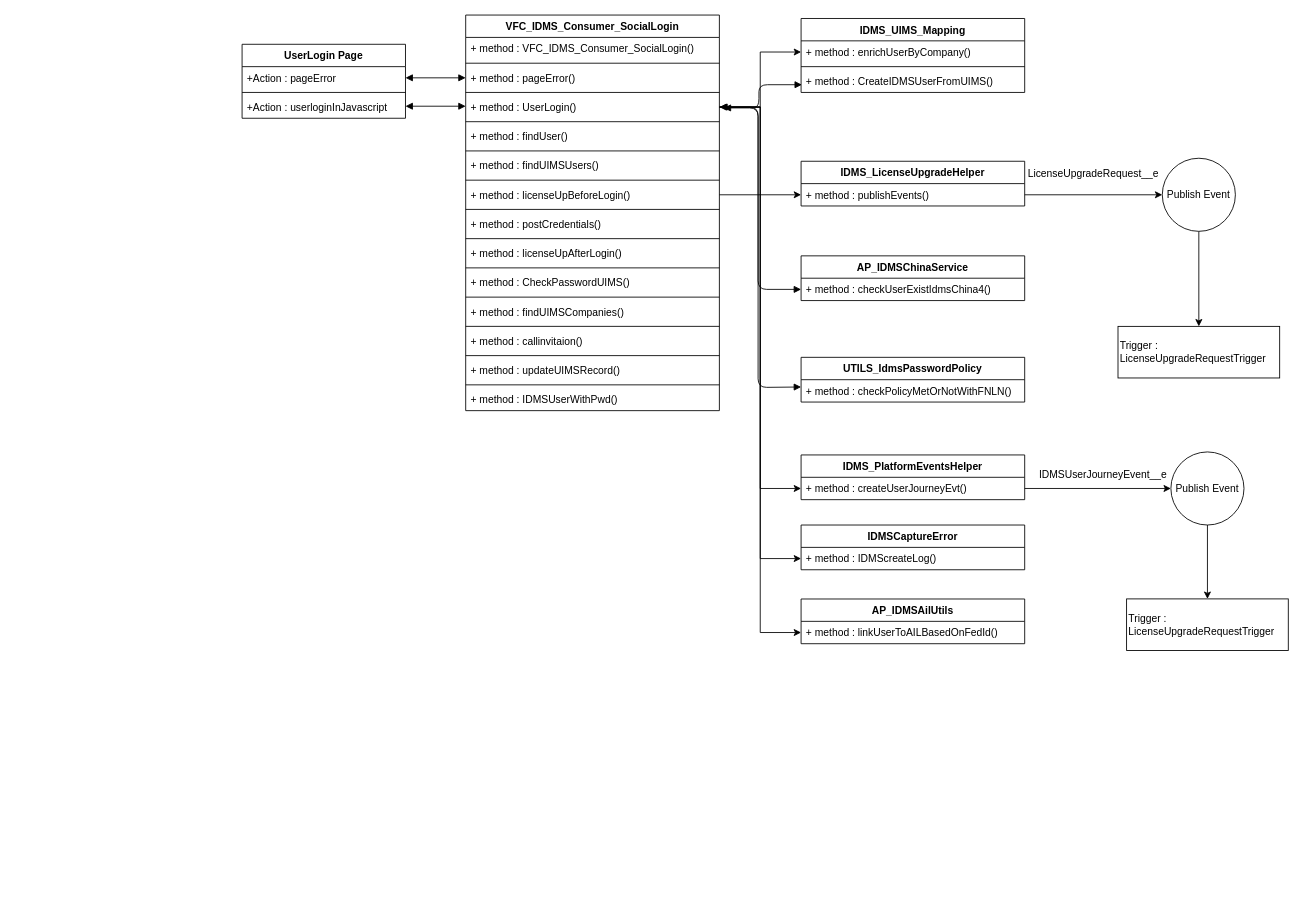
This is Untitled Diagram.drawio from anoopijt/IDMS-Diagrams, a draw.io file, before an edit. Source tidied: cells renumbered, new cells numbered last; positions are measured from the earlier drawing's top-left corner, leaving out a move shared by most shapes. Both pictures are drawn from the tidied source at 86%, with x=0, y=0 at pixel (242, 15).
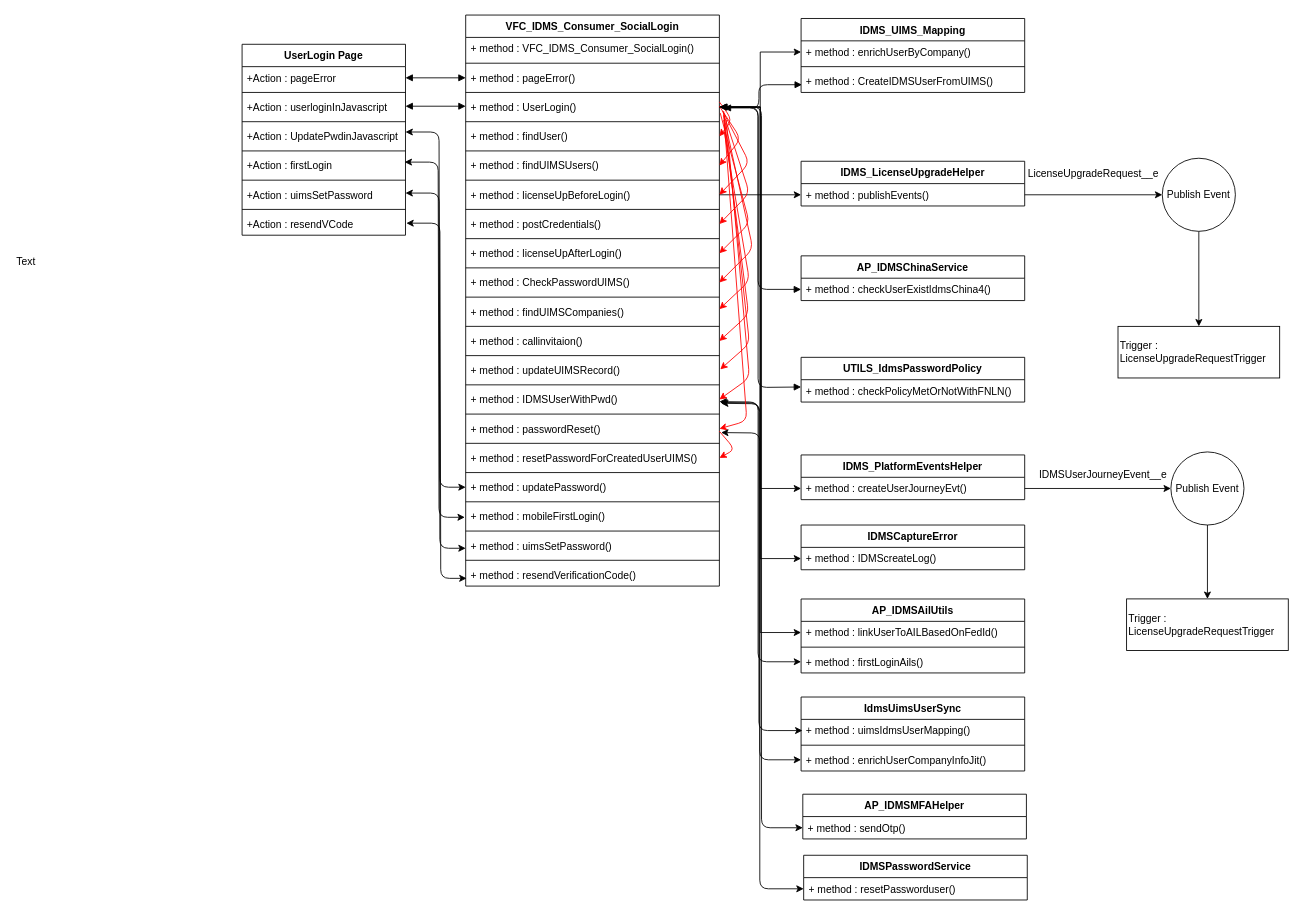
Above is the later version.

The change refers to these unchanged cells:
```xml
<mxCell id="17" value="+ method : findUser()&#10; " style="text;strokeColor=none;fillColor=none;align=left;verticalAlign=top;spacingLeft=4;spacingRight=4;overflow=hidden;points=[[0,0.5],[1,0.5]];portConstraint=eastwest;" parent="10" vertex="1">
  <mxGeometry y="128" width="295" height="26" as="geometry" />
</mxCell>
<mxCell id="19" value="+ method : findUIMSUsers()&#10; " style="text;strokeColor=none;fillColor=none;align=left;verticalAlign=top;spacingLeft=4;spacingRight=4;overflow=hidden;points=[[0,0.5],[1,0.5]];portConstraint=eastwest;" parent="10" vertex="1">
  <mxGeometry y="162" width="295" height="26" as="geometry" />
</mxCell>
<mxCell id="21" value="+ method : licenseUpBeforeLogin()" style="text;strokeColor=none;fillColor=none;align=left;verticalAlign=top;spacingLeft=4;spacingRight=4;overflow=hidden;points=[[0,0.5],[1,0.5]];portConstraint=eastwest;" parent="10" vertex="1">
  <mxGeometry y="196" width="295" height="26" as="geometry" />
</mxCell>
<mxCell id="23" value="+ method : postCredentials()" style="text;strokeColor=none;fillColor=none;align=left;verticalAlign=top;spacingLeft=4;spacingRight=4;overflow=hidden;points=[[0,0.5],[1,0.5]];portConstraint=eastwest;" parent="10" vertex="1">
  <mxGeometry y="230" width="295" height="26" as="geometry" />
</mxCell>
<mxCell id="25" value="+ method : licenseUpAfterLogin()" style="text;strokeColor=none;fillColor=none;align=left;verticalAlign=top;spacingLeft=4;spacingRight=4;overflow=hidden;points=[[0,0.5],[1,0.5]];portConstraint=eastwest;" parent="10" vertex="1">
  <mxGeometry y="264" width="295" height="26" as="geometry" />
</mxCell>
<mxCell id="27" value="+ method : CheckPasswordUIMS()" style="text;strokeColor=none;fillColor=none;align=left;verticalAlign=top;spacingLeft=4;spacingRight=4;overflow=hidden;points=[[0,0.5],[1,0.5]];portConstraint=eastwest;" parent="10" vertex="1">
  <mxGeometry y="298" width="295" height="26" as="geometry" />
</mxCell>
<mxCell id="31" value="+ method : callinvitaion()" style="text;strokeColor=none;fillColor=none;align=left;verticalAlign=top;spacingLeft=4;spacingRight=4;overflow=hidden;points=[[0,0.5],[1,0.5]];portConstraint=eastwest;" parent="10" vertex="1">
  <mxGeometry y="366" width="295" height="26" as="geometry" />
</mxCell>
<mxCell id="35" value="+ method : IDMSUserWithPwd()" style="text;strokeColor=none;fillColor=none;align=left;verticalAlign=top;spacingLeft=4;spacingRight=4;overflow=hidden;points=[[0,0.5],[1,0.5]];portConstraint=eastwest;" parent="10" vertex="1">
  <mxGeometry y="434" width="295" height="26" as="geometry" />
</mxCell>
```

What changed in the source:
```diff
@@
     <mxCell id="10" value="VFC_IDMS_Consumer_SocialLogin" style="swimlane;fontStyle=1;align=center;verticalAlign=top;horizontal=1;startSize=26;" parent="1" vertex="1">
-      <mxGeometry x="260" width="295" height="460" as="geometry" />
+      <mxGeometry x="260" width="295" height="664" as="geometry" />
     </mxCell>
@@
+    <mxCell id="68" style="line;strokeWidth=1;fillColor=none;align=left;verticalAlign=middle;spacingTop=-1;spacingLeft=3;spacingRight=3;labelPosition=right;" parent="10" vertex="1">
+      <mxGeometry y="460" width="295" height="8" as="geometry" />
+    </mxCell>
+    <mxCell id="69" value="+ method : passwordReset()" style="text;strokeColor=none;fillColor=none;align=left;verticalAlign=top;spacingLeft=4;spacingRight=4;overflow=hidden;points=[[0,0.5],[1,0.5]];portConstraint=eastwest;" parent="10" vertex="1">
+      <mxGeometry y="468" width="295" height="26" as="geometry" />
+    </mxCell>
+    <mxCell id="70" style="line;strokeWidth=1;fillColor=none;align=left;verticalAlign=middle;spacingTop=-1;spacingLeft=3;spacingRight=3;labelPosition=right;" parent="10" vertex="1">
+      <mxGeometry y="494" width="295" height="8" as="geometry" />
+    </mxCell>
+    <mxCell id="71" value="+ method : resetPasswordForCreatedUserUIMS()" style="text;strokeColor=none;fillColor=none;align=left;verticalAlign=top;spacingLeft=4;spacingRight=4;overflow=hidden;" parent="10" vertex="1">
+      <mxGeometry y="502" width="295" height="26" as="geometry" />
+    </mxCell>
+    <mxCell id="72" style="line;strokeWidth=1;fillColor=none;align=left;verticalAlign=middle;spacingTop=-1;spacingLeft=3;spacingRight=3;labelPosition=right;" parent="10" vertex="1">
+      <mxGeometry y="528" width="295" height="8" as="geometry" />
+    </mxCell>
+    <mxCell id="73" value="+ method : updatePassword()" style="text;strokeColor=none;fillColor=none;align=left;verticalAlign=top;spacingLeft=4;spacingRight=4;overflow=hidden;points=[[0,0.5],[1,0.5]];portConstraint=eastwest;" parent="10" vertex="1">
+      <mxGeometry y="536" width="295" height="26" as="geometry" />
+    </mxCell>
+    <mxCell id="74" style="line;strokeWidth=1;fillColor=none;align=left;verticalAlign=middle;spacingTop=-1;spacingLeft=3;spacingRight=3;labelPosition=right;" parent="10" vertex="1">
+      <mxGeometry y="562" width="295" height="8" as="geometry" />
+    </mxCell>
+    <mxCell id="75" value="+ method : mobileFirstLogin()" style="text;strokeColor=none;fillColor=none;align=left;verticalAlign=top;spacingLeft=4;spacingRight=4;overflow=hidden;" parent="10" vertex="1">
+      <mxGeometry y="570" width="295" height="26" as="geometry" />
+    </mxCell>
+    <mxCell id="76" style="line;strokeWidth=1;fillColor=none;align=left;verticalAlign=middle;spacingTop=-1;spacingLeft=3;spacingRight=3;labelPosition=right;" parent="10" vertex="1">
+      <mxGeometry y="596" width="295" height="8" as="geometry" />
+    </mxCell>
+    <mxCell id="77" value="+ method : uimsSetPassword()" style="text;strokeColor=none;fillColor=none;align=left;verticalAlign=top;spacingLeft=4;spacingRight=4;overflow=hidden;" parent="10" vertex="1">
+      <mxGeometry y="604" width="295" height="26" as="geometry" />
+    </mxCell>
+    <mxCell id="78" style="line;strokeWidth=1;fillColor=none;align=left;verticalAlign=middle;spacingTop=-1;spacingLeft=3;spacingRight=3;labelPosition=right;" parent="10" vertex="1">
+      <mxGeometry y="630" width="295" height="8" as="geometry" />
+    </mxCell>
+    <mxCell id="79" value="+ method : resendVerificationCode()" style="text;strokeColor=none;fillColor=none;align=left;verticalAlign=top;spacingLeft=4;spacingRight=4;overflow=hidden;" parent="10" vertex="1">
+      <mxGeometry y="638" width="295" height="26" as="geometry" />
+    </mxCell>
     <mxCell id="36" value="UserLogin Page" style="swimlane;fontStyle=1;align=center;verticalAlign=top;horizontal=1;startSize=26;fillColor=none;gradientColor=none;" parent="1" vertex="1">
-      <mxGeometry y="34" width="190" height="86" as="geometry" />
+      <mxGeometry y="34" width="190" height="222" as="geometry" />
     </mxCell>
@@
+    <mxCell id="80" style="line;strokeWidth=1;fillColor=none;align=left;verticalAlign=middle;spacingTop=-1;spacingLeft=3;spacingRight=3;labelPosition=right;" parent="36" vertex="1">
+      <mxGeometry y="86" width="190" height="8" as="geometry" />
+    </mxCell>
+    <mxCell id="81" value="+Action : UpdatePwdinJavascript" style="text;strokeColor=none;fillColor=none;align=left;verticalAlign=top;spacingLeft=4;spacingRight=4;overflow=hidden;" parent="36" vertex="1">
+      <mxGeometry y="94" width="190" height="26" as="geometry" />
+    </mxCell>
+    <mxCell id="82" style="line;strokeWidth=1;fillColor=none;align=left;verticalAlign=middle;spacingTop=-1;spacingLeft=3;spacingRight=3;labelPosition=right;" parent="36" vertex="1">
+      <mxGeometry y="120" width="190" height="8" as="geometry" />
+    </mxCell>
+    <mxCell id="83" value="+Action : firstLogin" style="text;strokeColor=none;fillColor=none;align=left;verticalAlign=top;spacingLeft=4;spacingRight=4;overflow=hidden;" parent="36" vertex="1">
+      <mxGeometry y="128" width="190" height="26" as="geometry" />
+    </mxCell>
+    <mxCell id="84" style="line;strokeWidth=1;fillColor=none;align=left;verticalAlign=middle;spacingTop=-1;spacingLeft=3;spacingRight=3;labelPosition=right;" parent="36" vertex="1">
+      <mxGeometry y="154" width="190" height="8" as="geometry" />
+    </mxCell>
+    <mxCell id="85" value="+Action : uimsSetPassword" style="text;strokeColor=none;fillColor=none;align=left;verticalAlign=top;spacingLeft=4;spacingRight=4;overflow=hidden;" parent="36" vertex="1">
+      <mxGeometry y="162" width="190" height="26" as="geometry" />
+    </mxCell>
+    <mxCell id="86" style="line;strokeWidth=1;fillColor=none;align=left;verticalAlign=middle;spacingTop=-1;spacingLeft=3;spacingRight=3;labelPosition=right;" parent="36" vertex="1">
+      <mxGeometry y="188" width="190" height="8" as="geometry" />
+    </mxCell>
+    <mxCell id="87" value="+Action : resendVCode" style="text;strokeColor=none;fillColor=none;align=left;verticalAlign=top;spacingLeft=4;spacingRight=4;overflow=hidden;" parent="36" vertex="1">
+      <mxGeometry y="196" width="190" height="26" as="geometry" />
+    </mxCell>
@@
     <mxCell id="63" value="AP_IDMSAilUtils" style="swimlane;fontStyle=1;align=center;verticalAlign=top;horizontal=1;startSize=26;fillColor=none;gradientColor=none;" parent="1" vertex="1">
-      <mxGeometry x="650" y="679" width="260" height="52" as="geometry" />
+      <mxGeometry x="650" y="679" width="260" height="86" as="geometry" />
     </mxCell>
@@
+    <mxCell id="88" style="line;strokeWidth=1;fillColor=none;align=left;verticalAlign=middle;spacingTop=-1;spacingLeft=3;spacingRight=3;labelPosition=right;" parent="63" vertex="1">
+      <mxGeometry y="52" width="260" height="8" as="geometry" />
+    </mxCell>
+    <mxCell id="89" value="+ method : firstLoginAils()" style="text;strokeColor=none;fillColor=none;align=left;verticalAlign=top;spacingLeft=4;spacingRight=4;overflow=hidden;points=[[0,0.5],[1,0.5]];portConstraint=eastwest;" parent="63" vertex="1">
+      <mxGeometry y="60" width="260" height="26" as="geometry" />
+    </mxCell>
@@
+    <mxCell id="90" style="endArrow=classic;html=1;strokeColor=#FF0000;exitX=1;exitY=0.5;exitDx=0;exitDy=0;entryX=1;entryY=0.5;entryDx=0;entryDy=0;" parent="1" edge="1" target="17">
+      <mxGeometry relative="1" as="geometry">
+        <mxPoint x="555" y="101" as="sourcePoint" />
+        <Array as="points">
+          <mxPoint x="570" y="122" />
+        </Array>
+      </mxGeometry>
+    </mxCell>
+    <mxCell id="91" style="endArrow=classic;html=1;strokeColor=#FF0000;exitX=1;exitY=0.5;exitDx=0;exitDy=0;entryX=1;entryY=0.5;entryDx=0;entryDy=0;" parent="1" edge="1" target="19">
+      <mxGeometry relative="1" as="geometry">
+        <mxPoint x="555" y="106" as="sourcePoint" />
+        <Array as="points">
+          <mxPoint x="580" y="144" />
+        </Array>
+      </mxGeometry>
+    </mxCell>
+    <mxCell id="92" style="endArrow=classic;html=1;strokeColor=#FF0000;exitX=1;exitY=0.5;exitDx=0;exitDy=0;entryX=1;entryY=0.5;entryDx=0;entryDy=0;" parent="1" edge="1" target="21">
+      <mxGeometry relative="1" as="geometry">
+        <mxPoint x="559" y="112" as="sourcePoint" />
+        <Array as="points">
+          <mxPoint x="590" y="172" />
+        </Array>
+      </mxGeometry>
+    </mxCell>
+    <mxCell id="93" style="endArrow=classic;html=1;strokeColor=#FF0000;exitX=1;exitY=0.5;exitDx=0;exitDy=0;entryX=1;entryY=0.5;entryDx=0;entryDy=0;" parent="1" edge="1" target="23">
+      <mxGeometry relative="1" as="geometry">
+        <mxPoint x="559" y="112" as="sourcePoint" />
+        <Array as="points">
+          <mxPoint x="590" y="207" />
+        </Array>
+      </mxGeometry>
+    </mxCell>
+    <mxCell id="94" style="endArrow=classic;html=1;strokeColor=#FF0000;exitX=1;exitY=0.5;exitDx=0;exitDy=0;entryX=1;entryY=0.5;entryDx=0;entryDy=0;" parent="1" edge="1" target="25">
+      <mxGeometry relative="1" as="geometry">
+        <mxPoint x="556" y="114" as="sourcePoint" />
+        <Array as="points">
+          <mxPoint x="590" y="242" />
+        </Array>
+      </mxGeometry>
+    </mxCell>
+    <mxCell id="95" style="endArrow=classic;html=1;strokeColor=#FF0000;exitX=1;exitY=0.5;exitDx=0;exitDy=0;entryX=1;entryY=0.5;entryDx=0;entryDy=0;" parent="1" edge="1" target="27">
+      <mxGeometry relative="1" as="geometry">
+        <mxPoint x="560" y="117" as="sourcePoint" />
+        <Array as="points">
+          <mxPoint x="594" y="272" />
+        </Array>
+      </mxGeometry>
+    </mxCell>
+    <mxCell id="96" style="endArrow=classic;html=1;strokeColor=#FF0000;exitX=1;exitY=0.5;exitDx=0;exitDy=0;entryX=1;entryY=0.5;entryDx=0;entryDy=0;" parent="1" edge="1">
+      <mxGeometry relative="1" as="geometry">
+        <mxPoint x="561" y="138" as="sourcePoint" />
+        <mxPoint x="555" y="342" as="targetPoint" />
+        <Array as="points">
+          <mxPoint x="590" y="309" />
+        </Array>
+      </mxGeometry>
+    </mxCell>
+    <mxCell id="97" style="endArrow=classic;html=1;strokeColor=#FF0000;entryX=1;entryY=0.5;entryDx=0;entryDy=0;" parent="1" edge="1" target="31">
+      <mxGeometry relative="1" as="geometry">
+        <mxPoint x="560" y="122" as="sourcePoint" />
+        <Array as="points">
+          <mxPoint x="589" y="348" />
+        </Array>
+      </mxGeometry>
+    </mxCell>
+    <mxCell id="98" style="endArrow=classic;html=1;strokeColor=#FF0000;" parent="1" edge="1">
+      <mxGeometry relative="1" as="geometry">
+        <mxPoint x="560" y="112" as="sourcePoint" />
+        <mxPoint x="556" y="412" as="targetPoint" />
+        <Array as="points">
+          <mxPoint x="590" y="382" />
+        </Array>
+      </mxGeometry>
+    </mxCell>
+    <mxCell id="99" style="endArrow=classic;html=1;strokeColor=#FF0000;entryX=1;entryY=0.5;entryDx=0;entryDy=0;" parent="1" edge="1" target="35">
+      <mxGeometry relative="1" as="geometry">
+        <mxPoint x="563" y="122" as="sourcePoint" />
+        <Array as="points">
+          <mxPoint x="590" y="422" />
+        </Array>
+      </mxGeometry>
+    </mxCell>
+    <mxCell id="100" value="Text" style="text;html=1;align=left;verticalAlign=top;spacingTop=-4;" parent="1" vertex="1">
+      <mxGeometry x="-264" y="277" width="40" height="10" as="geometry" />
+    </mxCell>
+    <mxCell id="101" value="IdmsUimsUserSync" style="swimlane;fontStyle=1;align=center;verticalAlign=top;horizontal=1;startSize=26;" parent="1" vertex="1">
+      <mxGeometry x="650" y="793" width="260" height="86" as="geometry" />
+    </mxCell>
+    <mxCell id="102" value="+ method : uimsIdmsUserMapping()" style="text;strokeColor=none;fillColor=none;align=left;verticalAlign=top;spacingLeft=4;spacingRight=4;overflow=hidden;points=[[0,0.5],[1,0.5]];portConstraint=eastwest;" parent="101" vertex="1">
+      <mxGeometry y="26" width="260" height="26" as="geometry" />
+    </mxCell>
+    <mxCell id="103" style="line;strokeWidth=1;fillColor=none;align=left;verticalAlign=middle;spacingTop=-1;spacingLeft=3;spacingRight=3;labelPosition=right;" parent="101" vertex="1">
+      <mxGeometry y="52" width="260" height="8" as="geometry" />
+    </mxCell>
+    <mxCell id="104" value="+ method : enrichUserCompanyInfoJit() " style="text;strokeColor=none;fillColor=none;align=left;verticalAlign=top;spacingLeft=4;spacingRight=4;overflow=hidden;points=[[0,0.5],[1,0.5]];portConstraint=eastwest;" parent="101" vertex="1">
+      <mxGeometry y="60" width="260" height="26" as="geometry" />
+    </mxCell>
+    <mxCell id="105" style="endArrow=classic;startArrow=classic;html=1;entryX=0;entryY=0.5;entryDx=0;entryDy=0;" parent="1" edge="1" target="89">
+      <mxGeometry relative="1" as="geometry">
+        <mxPoint x="555" y="449.5" as="sourcePoint" />
+        <Array as="points">
+          <mxPoint x="600" y="450" />
+          <mxPoint x="600" y="752" />
+        </Array>
+      </mxGeometry>
+    </mxCell>
+    <mxCell id="106" style="endArrow=classic;startArrow=classic;html=1;entryX=0.006;entryY=0.5;entryDx=0;entryDy=0;entryPerimeter=0;" parent="1" edge="1" target="102">
+      <mxGeometry relative="1" as="geometry">
+        <mxPoint x="556" y="450.5" as="sourcePoint" />
+        <Array as="points">
+          <mxPoint x="601" y="451" />
+          <mxPoint x="601" y="832" />
+        </Array>
+      </mxGeometry>
+    </mxCell>
+    <mxCell id="107" style="endArrow=classic;startArrow=classic;html=1;entryX=0;entryY=0.5;entryDx=0;entryDy=0;" parent="1" edge="1" target="104">
+      <mxGeometry relative="1" as="geometry">
+        <mxPoint x="557" y="451.5" as="sourcePoint" />
+        <Array as="points">
+          <mxPoint x="602" y="452" />
+          <mxPoint x="602" y="866" />
+        </Array>
+      </mxGeometry>
+    </mxCell>
+    <mxCell id="108" value="AP_IDMSMFAHelper" style="swimlane;fontStyle=1;align=center;verticalAlign=top;horizontal=1;startSize=26;fillColor=none;gradientColor=none;" parent="1" vertex="1">
+      <mxGeometry x="652" y="906" width="260" height="52" as="geometry" />
+    </mxCell>
+    <mxCell id="109" value="+ method : sendOtp()" style="text;strokeColor=none;fillColor=none;align=left;verticalAlign=top;spacingLeft=4;spacingRight=4;overflow=hidden;" parent="108" vertex="1">
+      <mxGeometry y="26" width="260" height="26" as="geometry" />
+    </mxCell>
+    <mxCell id="110" style="endArrow=classic;html=1;strokeColor=#FF0000;entryX=1;entryY=0.5;entryDx=0;entryDy=0;" parent="1" edge="1" target="69">
+      <mxGeometry relative="1" as="geometry">
+        <mxPoint x="560" y="116" as="sourcePoint" />
+        <Array as="points">
+          <mxPoint x="587" y="472" />
+        </Array>
+      </mxGeometry>
+    </mxCell>
+    <mxCell id="111" style="endArrow=classic;html=1;strokeColor=#FF0000;" parent="1" edge="1">
+      <mxGeometry relative="1" as="geometry">
+        <mxPoint x="555" y="484" as="sourcePoint" />
+        <mxPoint x="555" y="515" as="targetPoint" />
+        <Array as="points">
+          <mxPoint x="573" y="505" />
+        </Array>
+      </mxGeometry>
+    </mxCell>
+    <mxCell id="112" style="endArrow=classic;startArrow=classic;html=1;entryX=0;entryY=0.5;entryDx=0;entryDy=0;" parent="1" edge="1">
+      <mxGeometry relative="1" as="geometry">
+        <mxPoint x="555" y="107" as="sourcePoint" />
+        <mxPoint x="652" y="945" as="targetPoint" />
+        <Array as="points">
+          <mxPoint x="604" y="107" />
+          <mxPoint x="604" y="945" />
+        </Array>
+      </mxGeometry>
+    </mxCell>
+    <mxCell id="113" value="IDMSPasswordService" style="swimlane;fontStyle=1;align=center;verticalAlign=top;horizontal=1;startSize=26;fillColor=none;gradientColor=none;" parent="1" vertex="1">
+      <mxGeometry x="653" y="977" width="260" height="52" as="geometry" />
+    </mxCell>
+    <mxCell id="114" value="+ method : resetPassworduser()" style="text;strokeColor=none;fillColor=none;align=left;verticalAlign=top;spacingLeft=4;spacingRight=4;overflow=hidden;points=[[0,0.5],[1,0.5]];portConstraint=eastwest;" parent="113" vertex="1">
+      <mxGeometry y="26" width="260" height="26" as="geometry" />
+    </mxCell>
+    <mxCell id="115" style="endArrow=classic;startArrow=classic;html=1;entryX=0;entryY=0.5;entryDx=0;entryDy=0;" parent="1" edge="1" target="114">
+      <mxGeometry relative="1" as="geometry">
+        <mxPoint x="557" y="485.5" as="sourcePoint" />
+        <Array as="points">
+          <mxPoint x="602" y="486" />
+          <mxPoint x="602" y="1016" />
+        </Array>
+      </mxGeometry>
+    </mxCell>
+    <mxCell id="116" style="endArrow=classic;startArrow=classic;html=1;entryX=0;entryY=0.5;entryDx=0;entryDy=0;" parent="1" edge="1" target="73">
+      <mxGeometry relative="1" as="geometry">
+        <mxPoint x="190" y="136" as="sourcePoint" />
+        <Array as="points">
+          <mxPoint x="229" y="136" />
+          <mxPoint x="230" y="549" />
+        </Array>
+      </mxGeometry>
+    </mxCell>
+    <mxCell id="117" style="endArrow=classic;startArrow=classic;html=1;entryX=0;entryY=0.5;entryDx=0;entryDy=0;" parent="1" edge="1">
+      <mxGeometry relative="1" as="geometry">
+        <mxPoint x="189" y="171" as="sourcePoint" />
+        <mxPoint x="259" y="584" as="targetPoint" />
+        <Array as="points">
+          <mxPoint x="228" y="171" />
+          <mxPoint x="229" y="584" />
+        </Array>
+      </mxGeometry>
+    </mxCell>
+    <mxCell id="118" style="endArrow=classic;startArrow=classic;html=1;entryX=0;entryY=0.5;entryDx=0;entryDy=0;" parent="1" edge="1">
+      <mxGeometry relative="1" as="geometry">
+        <mxPoint x="190" y="207" as="sourcePoint" />
+        <mxPoint x="260" y="620" as="targetPoint" />
+        <Array as="points">
+          <mxPoint x="229" y="207" />
+          <mxPoint x="230" y="620" />
+        </Array>
+      </mxGeometry>
+    </mxCell>
+    <mxCell id="119" style="endArrow=classic;startArrow=classic;html=1;entryX=0;entryY=0.5;entryDx=0;entryDy=0;" parent="1" edge="1">
+      <mxGeometry relative="1" as="geometry">
+        <mxPoint x="191" y="242" as="sourcePoint" />
+        <mxPoint x="261" y="655" as="targetPoint" />
+        <Array as="points">
+          <mxPoint x="230" y="242" />
+          <mxPoint x="231" y="655" />
+        </Array>
+      </mxGeometry>
+    </mxCell>
```
